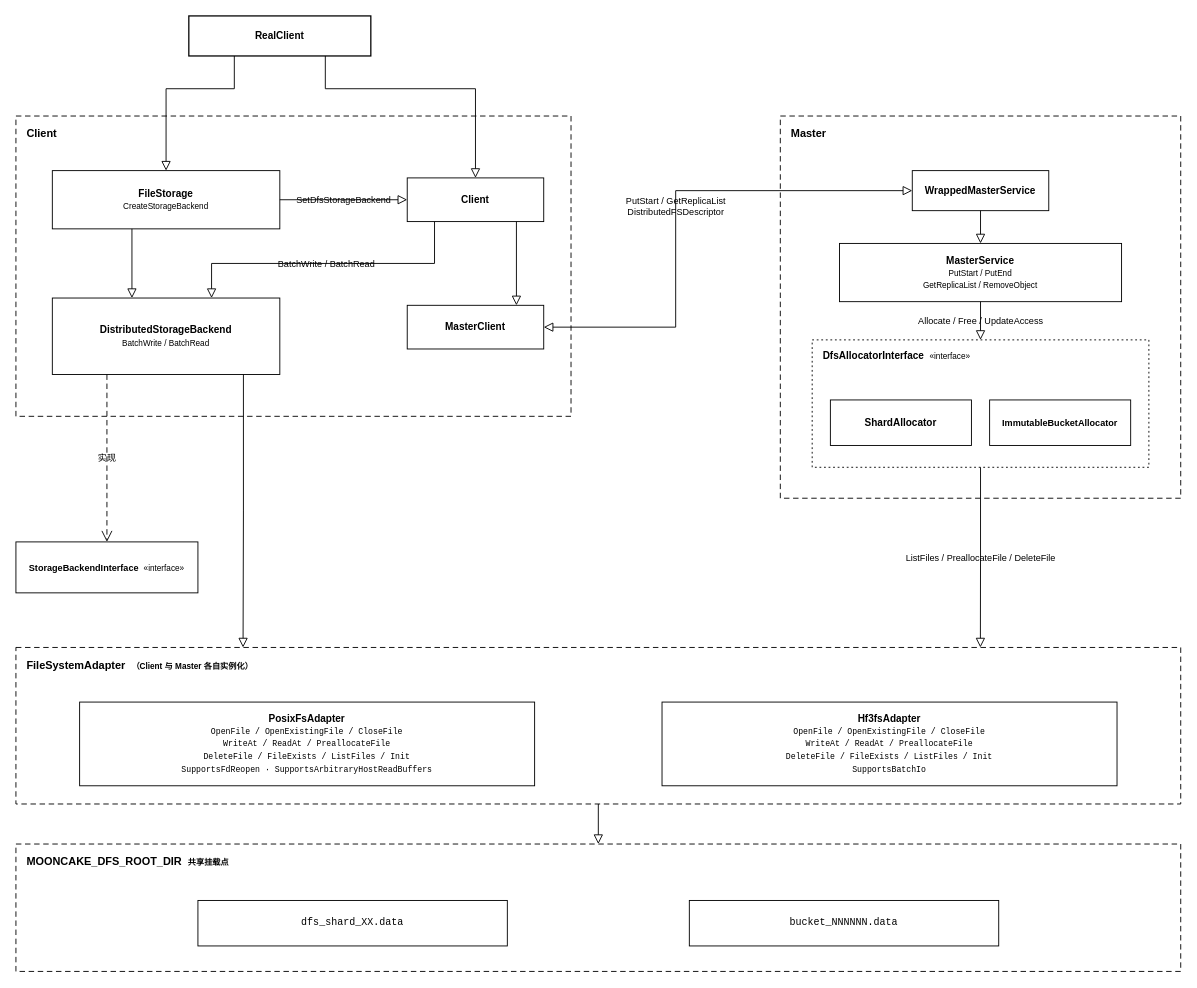
zwj20000328-dotcom/Mooncake-documents keeps this draw.io diagram as dfs-in-system-position.drawio. Above is the earlier version. Source tidied: cells renumbered, new cells numbered last; positions are measured from the earlier drawing's top-left corner, leaving out a move shared by most shapes. Both pictures are drawn from the tidied source at 91%, with x=0, y=0 at pixel (15, 15).
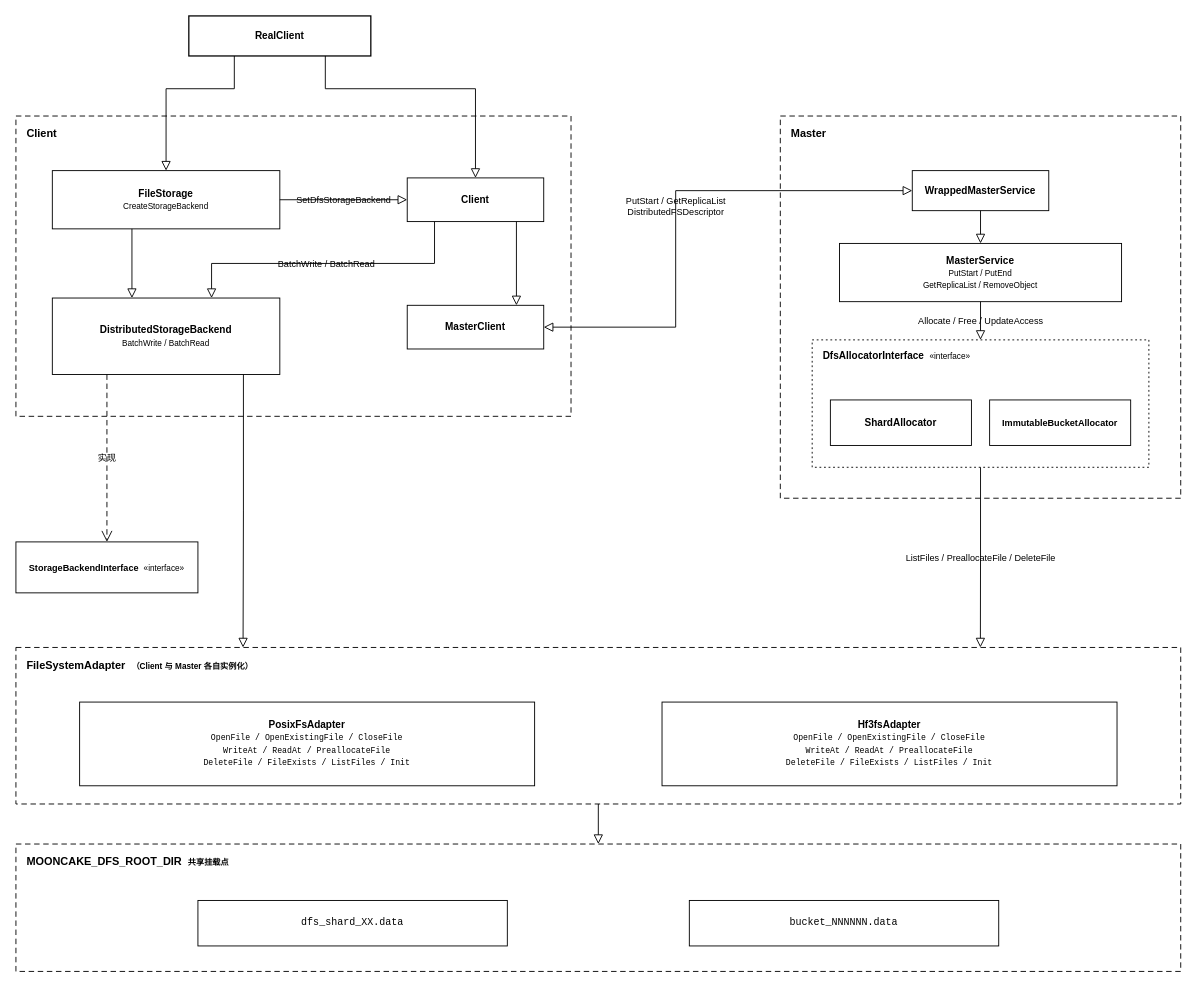
Above is the later version.

Unchanged cells that the change refers to:
```xml
<mxCell id="13" value="FileSystemAdapter&amp;#160;&amp;#160;&lt;font style=&quot;font-size:9px&quot; face=&quot;Helvetica&quot;&gt;（Client 与 Master 各自实例化）&lt;/font&gt;" style="rounded=0;whiteSpace=wrap;html=1;fillColor=none;strokeWidth=1;dashed=1;dashPattern=6 4;verticalAlign=top;align=left;spacingLeft=10;spacingTop=6;fontFamily=Helvetica;fontSize=12;fontStyle=1;shadow=0;labelBackgroundColor=none;" parent="1" vertex="1">
  <mxGeometry y="694" width="1280" height="172" as="geometry" />
</mxCell>
```

Change to the diagram source:
```diff
@@
-    <mxCell id="14" value="&lt;b&gt;PosixFsAdapter&lt;/b&gt;&lt;br&gt;&lt;font style=&quot;font-size:9px&quot; face=&quot;Courier New&quot;&gt;OpenFile / OpenExistingFile / CloseFile&lt;br&gt;WriteAt / ReadAt / PreallocateFile&lt;br&gt;DeleteFile / FileExists / ListFiles / Init&lt;br&gt;SupportsFdReopen · SupportsArbitraryHostReadBuffers&lt;/font&gt;" style="rounded=0;whiteSpace=wrap;html=1;strokeWidth=1;fontFamily=Helvetica;fontSize=11;shadow=0;labelBackgroundColor=none;" parent="13" vertex="1">
+    <mxCell id="14" value="&lt;b&gt;PosixFsAdapter&lt;/b&gt;&lt;br&gt;&lt;font style=&quot;font-size:9px&quot; face=&quot;Courier New&quot;&gt;OpenFile / OpenExistingFile / CloseFile&lt;br&gt;WriteAt / ReadAt / PreallocateFile&lt;br&gt;DeleteFile / FileExists / ListFiles / Init&lt;br&gt;&lt;/font&gt;" style="rounded=0;whiteSpace=wrap;html=1;strokeWidth=1;fontFamily=Helvetica;fontSize=11;shadow=0;labelBackgroundColor=none;" parent="13" vertex="1">
       <mxGeometry x="70" y="60" width="500" height="92" as="geometry" />
     </mxCell>
-    <mxCell id="15" value="&lt;b&gt;Hf3fsAdapter&lt;/b&gt;&lt;br&gt;&lt;font style=&quot;font-size:9px&quot; face=&quot;Courier New&quot;&gt;OpenFile / OpenExistingFile / CloseFile&lt;br&gt;WriteAt / ReadAt / PreallocateFile&lt;br&gt;DeleteFile / FileExists / ListFiles / Init&lt;br&gt;SupportsBatchIo&lt;/font&gt;" style="rounded=0;whiteSpace=wrap;html=1;strokeWidth=1;fontFamily=Helvetica;fontSize=11;shadow=0;labelBackgroundColor=none;" parent="13" vertex="1">
+    <mxCell id="15" value="&lt;b&gt;Hf3fsAdapter&lt;/b&gt;&lt;br&gt;&lt;font style=&quot;font-size:9px&quot; face=&quot;Courier New&quot;&gt;OpenFile / OpenExistingFile / CloseFile&lt;br&gt;WriteAt / ReadAt / PreallocateFile&lt;br&gt;DeleteFile / FileExists / ListFiles / Init&lt;br&gt;&lt;/font&gt;" style="rounded=0;whiteSpace=wrap;html=1;strokeWidth=1;fontFamily=Helvetica;fontSize=11;shadow=0;labelBackgroundColor=none;" parent="13" vertex="1">
       <mxGeometry x="710" y="60" width="500" height="92" as="geometry" />
     </mxCell>
```
